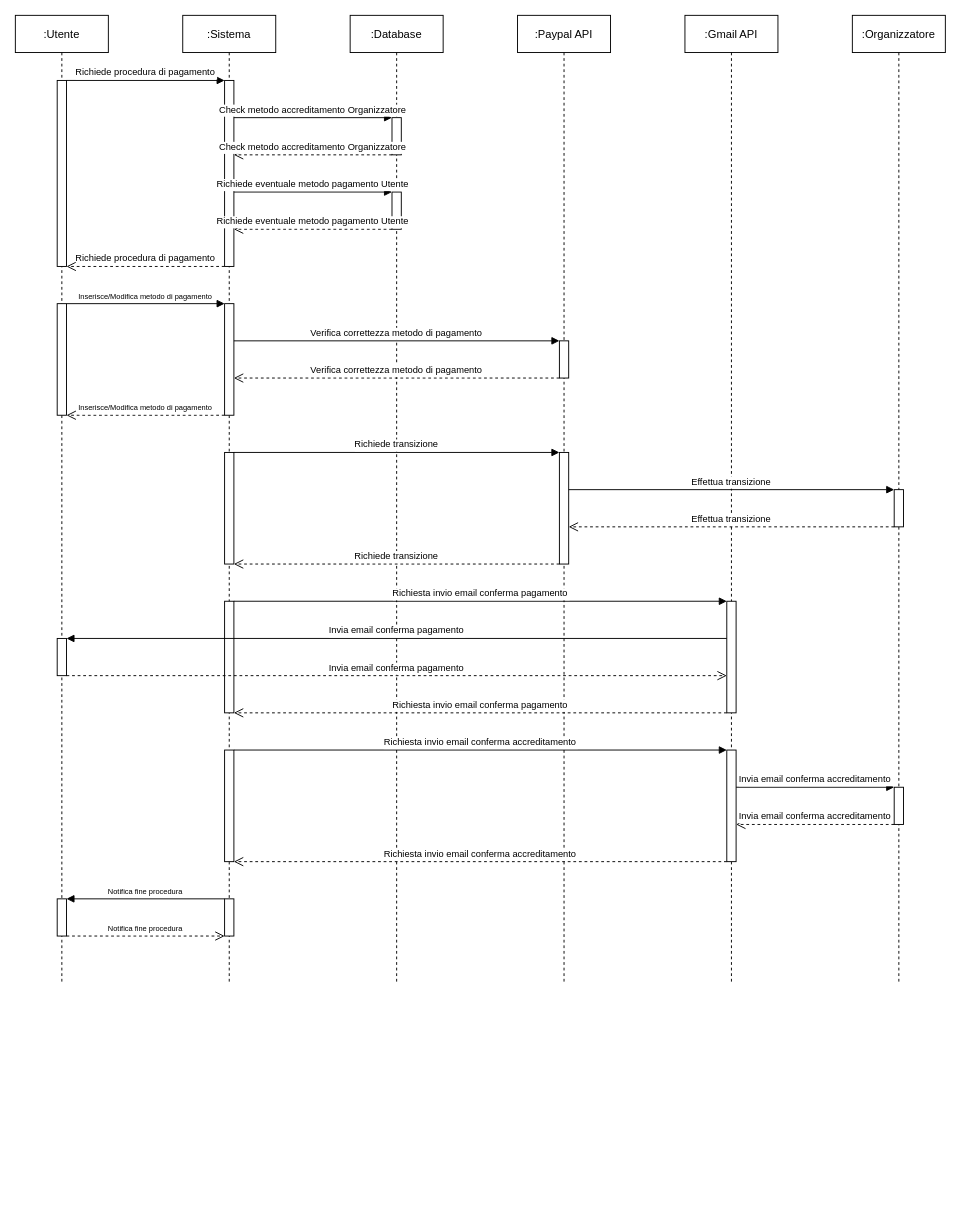
The draw.io diagram Sequence/RF15_Iscrizione/Pagamento.drawio in 4spot-team/documentation, before the edit. Source tidied: cells renumbered, new cells numbered last; positions are measured from the earlier drawing's top-left corner, leaving out a move shared by most shapes. Both pictures are drawn from the tidied source at 93%, with x=0, y=0 at pixel (15, 15).
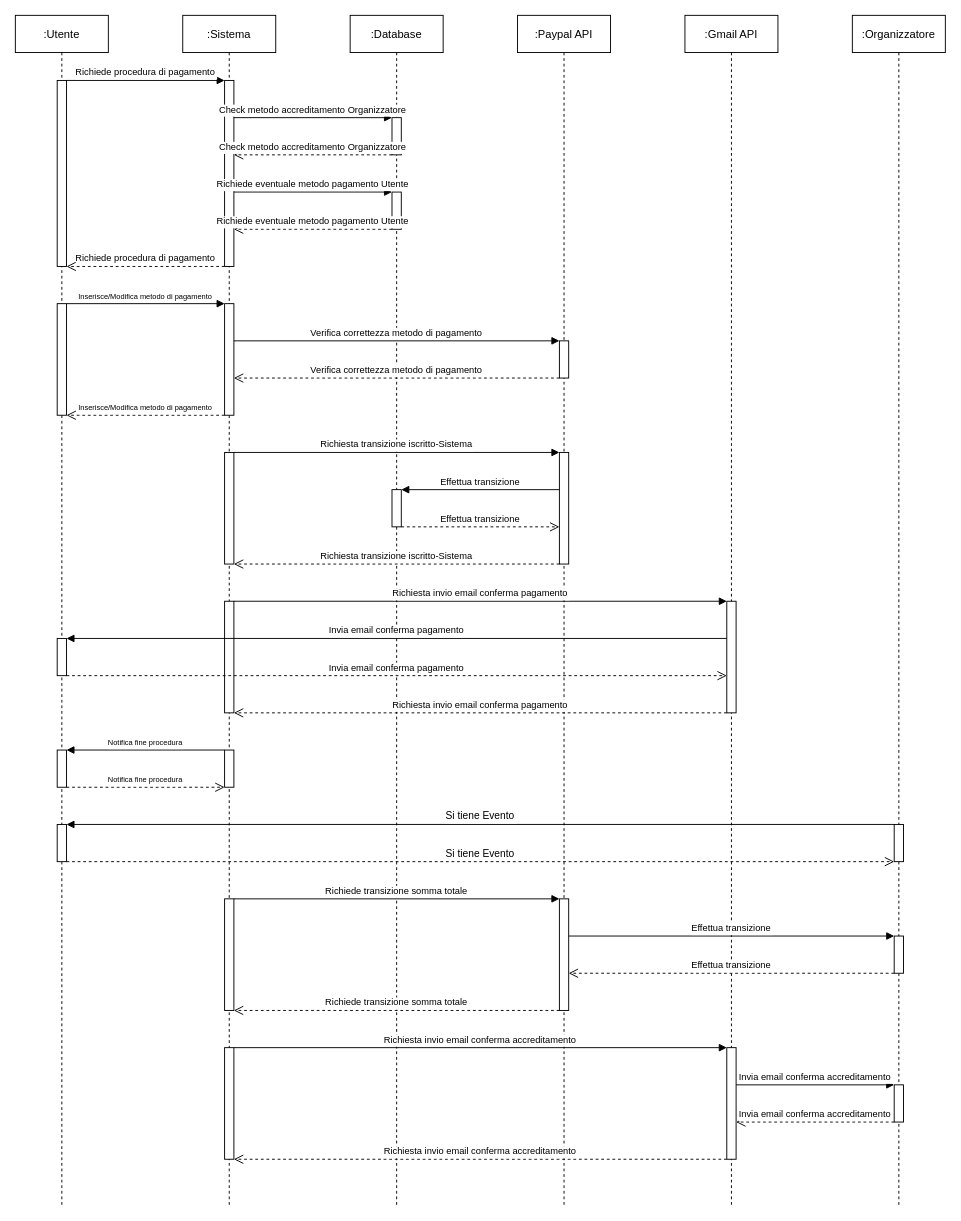
The same diagram, later.

Commit message (it also covers changes not shown here):
Add System IBAN.

Diff of the diagram source:
```diff
@@
     <mxCell id="2" value=":Organizzatore" style="shape=umlLifeline;perimeter=lifelinePerimeter;rounded=0;shadow=0;strokeWidth=1;" parent="1" vertex="1">
-      <mxGeometry x="900" width="100" height="1040" as="geometry" />
+      <mxGeometry x="900" width="100" height="1280" as="geometry" />
     </mxCell>
-    <mxCell id="3" style="perimeter=orthogonalPerimeter;rounded=0;shadow=0;strokeWidth=1;" parent="2" vertex="1">
-      <mxGeometry x="45" y="510" width="10" height="40" as="geometry" />
-    </mxCell>
-    <mxCell id="4" style="perimeter=orthogonalPerimeter;rounded=0;shadow=0;strokeWidth=1;" parent="2" vertex="1">
-      <mxGeometry x="45" y="830" width="10" height="40" as="geometry" />
-    </mxCell>
     <mxCell id="5" value=":Sistema" style="shape=umlLifeline;perimeter=lifelinePerimeter;rounded=0;shadow=0;strokeWidth=1;" parent="1" vertex="1">
-      <mxGeometry x="180" width="100" height="1040" as="geometry" />
+      <mxGeometry x="180" width="100" height="1280" as="geometry" />
     </mxCell>
@@
-    <mxCell id="8" style="perimeter=orthogonalPerimeter;rounded=0;shadow=0;strokeWidth=1;" parent="5" vertex="1">
-      <mxGeometry x="45" y="470" width="10" height="120" as="geometry" />
-    </mxCell>
@@
-    <mxCell id="10" style="perimeter=orthogonalPerimeter;rounded=0;shadow=0;strokeWidth=1;" parent="5" vertex="1">
-      <mxGeometry x="45" y="790" width="10" height="120" as="geometry" />
-    </mxCell>
     <mxCell id="11" style="perimeter=orthogonalPerimeter;rounded=0;shadow=0;strokeWidth=1;" parent="5" vertex="1">
-      <mxGeometry x="45" y="950" width="10" height="40" as="geometry" />
+      <mxGeometry x="45" y="790" width="10" height="40" as="geometry" />
     </mxCell>
     <mxCell id="12" value=":Utente" style="shape=umlLifeline;perimeter=lifelinePerimeter;rounded=0;shadow=0;strokeWidth=1;" parent="1" vertex="1">
-      <mxGeometry width="100" height="1040" as="geometry" />
+      <mxGeometry width="100" height="1280" as="geometry" />
     </mxCell>
@@
     <mxCell id="16" style="perimeter=orthogonalPerimeter;rounded=0;shadow=0;strokeWidth=1;" parent="12" vertex="1">
-      <mxGeometry x="45" y="950" width="10" height="40" as="geometry" />
+      <mxGeometry x="45" y="790" width="10" height="40" as="geometry" />
     </mxCell>
     <mxCell id="17" value=":Paypal API" style="shape=umlLifeline;perimeter=lifelinePerimeter;rounded=0;shadow=0;strokeWidth=1;" parent="1" vertex="1">
-      <mxGeometry x="540" width="100" height="1040" as="geometry" />
+      <mxGeometry x="540" width="100" height="1280" as="geometry" />
     </mxCell>
@@
-    <mxCell id="19" style="perimeter=orthogonalPerimeter;rounded=0;shadow=0;strokeWidth=1;" parent="17" vertex="1">
-      <mxGeometry x="45" y="470" width="10" height="120" as="geometry" />
-    </mxCell>
     <mxCell id="20" value=":Gmail API" style="shape=umlLifeline;perimeter=lifelinePerimeter;rounded=0;shadow=0;strokeWidth=1;" parent="1" vertex="1">
-      <mxGeometry x="720" width="100" height="1040" as="geometry" />
+      <mxGeometry x="720" width="100" height="1280" as="geometry" />
     </mxCell>
@@
-    <mxCell id="22" style="perimeter=orthogonalPerimeter;rounded=0;shadow=0;strokeWidth=1;" parent="20" vertex="1">
-      <mxGeometry x="45" y="790" width="10" height="120" as="geometry" />
-    </mxCell>
+    <mxCell id="50" style="points=[];perimeter=orthogonalPerimeter;rounded=0;shadow=0;strokeWidth=1;" parent="20" vertex="1">
+      <mxGeometry x="-135" y="470" width="10" height="120" as="geometry" />
+    </mxCell>
@@
     <mxCell id="24" value=":Database" style="shape=umlLifeline;perimeter=lifelinePerimeter;rounded=0;shadow=0;strokeWidth=1;" parent="1" vertex="1">
-      <mxGeometry x="360" width="100" height="1040" as="geometry" />
+      <mxGeometry x="360" width="100" height="1280" as="geometry" />
     </mxCell>
@@
-    <mxCell id="36" value="Richiede transizione" style="verticalAlign=bottom;endArrow=block;shadow=0;strokeWidth=1;fontSize=10;" parent="1" edge="1">
-      <mxGeometry relative="1" as="geometry">
-        <mxPoint x="235" y="470" as="sourcePoint" />
-        <mxPoint x="585" y="470" as="targetPoint" />
-      </mxGeometry>
-    </mxCell>
-    <mxCell id="37" value="Richiede transizione" style="verticalAlign=bottom;endArrow=open;dashed=1;endSize=8;shadow=0;strokeWidth=1;fontSize=10;" parent="1" edge="1">
-      <mxGeometry relative="1" as="geometry">
-        <mxPoint x="585" y="590" as="sourcePoint" />
-        <mxPoint x="235" y="590" as="targetPoint" />
-      </mxGeometry>
-    </mxCell>
-    <mxCell id="38" value="Effettua transizione" style="verticalAlign=bottom;endArrow=block;shadow=0;strokeWidth=1;fontSize=10;" parent="1" edge="1">
-      <mxGeometry relative="1" as="geometry">
-        <mxPoint x="595" y="510" as="sourcePoint" />
-        <mxPoint x="945" y="510" as="targetPoint" />
-      </mxGeometry>
-    </mxCell>
-    <mxCell id="39" value="Effettua transizione" style="verticalAlign=bottom;endArrow=open;dashed=1;endSize=8;shadow=0;strokeWidth=1;fontSize=10;" parent="1" edge="1">
-      <mxGeometry relative="1" as="geometry">
-        <mxPoint x="945" y="550" as="sourcePoint" />
-        <mxPoint x="595" y="550" as="targetPoint" />
-      </mxGeometry>
-    </mxCell>
@@
+    <mxCell id="44" value="Richiesta invio email conferma pagamento" style="verticalAlign=bottom;endArrow=block;shadow=0;strokeWidth=1;fontSize=10;" parent="1" edge="1">
+      <mxGeometry relative="1" as="geometry">
+        <mxPoint x="235" y="630" as="sourcePoint" />
+        <mxPoint x="765" y="630" as="targetPoint" />
+      </mxGeometry>
+    </mxCell>
+    <mxCell id="45" value="Richiesta invio email conferma pagamento" style="verticalAlign=bottom;endArrow=open;dashed=1;endSize=8;shadow=0;strokeWidth=1;fontSize=10;" parent="1" edge="1">
+      <mxGeometry relative="1" as="geometry">
+        <mxPoint x="765" y="750" as="sourcePoint" />
+        <mxPoint x="235" y="750" as="targetPoint" />
+      </mxGeometry>
+    </mxCell>
+    <mxCell id="48" value="Notifica fine procedura" style="verticalAlign=bottom;endArrow=block;shadow=0;strokeWidth=1;fontSize=8;" parent="1" edge="1">
+      <mxGeometry relative="1" as="geometry">
+        <mxPoint x="225" y="790" as="sourcePoint" />
+        <mxPoint x="55" y="790" as="targetPoint" />
+      </mxGeometry>
+    </mxCell>
+    <mxCell id="49" value="Notifica fine procedura" style="verticalAlign=bottom;endArrow=open;dashed=1;endSize=8;shadow=0;strokeWidth=1;fontSize=8;" parent="1" edge="1">
+      <mxGeometry relative="1" as="geometry">
+        <mxPoint x="55" y="830" as="sourcePoint" />
+        <mxPoint x="225" y="830" as="targetPoint" />
+      </mxGeometry>
+    </mxCell>
+    <mxCell id="51" style="perimeter=orthogonalPerimeter;rounded=0;shadow=0;strokeWidth=1;" parent="1" vertex="1">
+      <mxGeometry x="945" y="990" width="10" height="40" as="geometry" />
+    </mxCell>
+    <mxCell id="52" style="perimeter=orthogonalPerimeter;rounded=0;shadow=0;strokeWidth=1;" parent="1" vertex="1">
+      <mxGeometry x="225" y="950" width="10" height="120" as="geometry" />
+    </mxCell>
+    <mxCell id="53" style="perimeter=orthogonalPerimeter;rounded=0;shadow=0;strokeWidth=1;" parent="1" vertex="1">
+      <mxGeometry x="585" y="950" width="10" height="120" as="geometry" />
+    </mxCell>
+    <mxCell id="54" value="Richiede transizione somma totale" style="verticalAlign=bottom;endArrow=block;shadow=0;strokeWidth=1;fontSize=10;" parent="1" edge="1">
+      <mxGeometry relative="1" as="geometry">
+        <mxPoint x="235" y="950" as="sourcePoint" />
+        <mxPoint x="585" y="950" as="targetPoint" />
+      </mxGeometry>
+    </mxCell>
+    <mxCell id="55" value="Richiede transizione somma totale" style="verticalAlign=bottom;endArrow=open;dashed=1;endSize=8;shadow=0;strokeWidth=1;fontSize=10;" parent="1" edge="1">
+      <mxGeometry relative="1" as="geometry">
+        <mxPoint x="585" y="1070" as="sourcePoint" />
+        <mxPoint x="235" y="1070" as="targetPoint" />
+      </mxGeometry>
+    </mxCell>
+    <mxCell id="56" value="Effettua transizione" style="verticalAlign=bottom;endArrow=block;shadow=0;strokeWidth=1;fontSize=10;" parent="1" edge="1">
+      <mxGeometry relative="1" as="geometry">
+        <mxPoint x="595" y="990" as="sourcePoint" />
+        <mxPoint x="945" y="990" as="targetPoint" />
+      </mxGeometry>
+    </mxCell>
+    <mxCell id="57" value="Effettua transizione" style="verticalAlign=bottom;endArrow=open;dashed=1;endSize=8;shadow=0;strokeWidth=1;fontSize=10;" parent="1" edge="1">
+      <mxGeometry relative="1" as="geometry">
+        <mxPoint x="945" y="1030" as="sourcePoint" />
+        <mxPoint x="595" y="1030" as="targetPoint" />
+      </mxGeometry>
+    </mxCell>
+    <mxCell id="58" style="perimeter=orthogonalPerimeter;rounded=0;shadow=0;strokeWidth=1;" parent="1" vertex="1">
+      <mxGeometry x="405" y="510" width="10" height="40" as="geometry" />
+    </mxCell>
+    <mxCell id="59" style="perimeter=orthogonalPerimeter;rounded=0;shadow=0;strokeWidth=1;" parent="1" vertex="1">
+      <mxGeometry x="225" y="470" width="10" height="120" as="geometry" />
+    </mxCell>
+    <mxCell id="60" value="Effettua transizione" style="verticalAlign=bottom;endArrow=block;shadow=0;strokeWidth=1;fontSize=10;" parent="1" edge="1">
+      <mxGeometry relative="1" as="geometry">
+        <mxPoint x="585" y="510" as="sourcePoint" />
+        <mxPoint x="415" y="510" as="targetPoint" />
+      </mxGeometry>
+    </mxCell>
+    <mxCell id="61" value="Effettua transizione" style="verticalAlign=bottom;endArrow=open;dashed=1;endSize=8;shadow=0;strokeWidth=1;fontSize=10;" parent="1" edge="1">
+      <mxGeometry relative="1" as="geometry">
+        <mxPoint x="415" y="550" as="sourcePoint" />
+        <mxPoint x="585" y="550" as="targetPoint" />
+      </mxGeometry>
+    </mxCell>
+    <mxCell id="62" value="Richiesta transizione iscritto-Sistema" style="verticalAlign=bottom;endArrow=block;shadow=0;strokeWidth=1;fontSize=10;" parent="1" edge="1" target="50">
+      <mxGeometry relative="1" as="geometry">
+        <mxPoint x="235" y="470" as="sourcePoint" />
+      </mxGeometry>
+    </mxCell>
+    <mxCell id="63" value="Richiesta transizione iscritto-Sistema" style="verticalAlign=bottom;endArrow=open;dashed=1;endSize=8;shadow=0;strokeWidth=1;fontSize=10;" parent="1" edge="1" source="50">
+      <mxGeometry relative="1" as="geometry">
+        <mxPoint x="235" y="590" as="targetPoint" />
+      </mxGeometry>
+    </mxCell>
+    <mxCell id="64" style="points=[];perimeter=orthogonalPerimeter;rounded=0;shadow=0;strokeWidth=1;" parent="1" vertex="1">
+      <mxGeometry x="945" y="870" width="10" height="40" as="geometry" />
+    </mxCell>
+    <mxCell id="65" style="perimeter=orthogonalPerimeter;rounded=0;shadow=0;strokeWidth=1;" parent="1" vertex="1">
+      <mxGeometry x="45" y="870" width="10" height="40" as="geometry" />
+    </mxCell>
+    <mxCell id="66" value="Si tiene Evento" style="verticalAlign=bottom;endArrow=block;shadow=0;strokeWidth=1;fontSize=11;" parent="1" edge="1" source="64">
+      <mxGeometry relative="1" as="geometry">
+        <mxPoint x="55" y="870" as="targetPoint" />
+      </mxGeometry>
+    </mxCell>
+    <mxCell id="67" value="Si tiene Evento" style="verticalAlign=bottom;endArrow=open;dashed=1;endSize=8;shadow=0;strokeWidth=1;fontSize=11;" parent="1" edge="1" target="64">
+      <mxGeometry relative="1" as="geometry">
+        <mxPoint x="55" y="910" as="sourcePoint" />
+      </mxGeometry>
+    </mxCell>
+    <mxCell id="68" style="perimeter=orthogonalPerimeter;rounded=0;shadow=0;strokeWidth=1;" parent="1" vertex="1">
+      <mxGeometry x="945" y="1150" width="10" height="40" as="geometry" />
+    </mxCell>
+    <mxCell id="69" style="perimeter=orthogonalPerimeter;rounded=0;shadow=0;strokeWidth=1;" parent="1" vertex="1">
+      <mxGeometry x="225" y="1110" width="10" height="120" as="geometry" />
+    </mxCell>
+    <mxCell id="70" style="perimeter=orthogonalPerimeter;rounded=0;shadow=0;strokeWidth=1;" parent="1" vertex="1">
+      <mxGeometry x="765" y="1110" width="10" height="120" as="geometry" />
+    </mxCell>
     <mxCell id="42" value="Invia email conferma accreditamento" style="verticalAlign=bottom;endArrow=block;shadow=0;strokeWidth=1;fontSize=10;" parent="1" edge="1">
       <mxGeometry relative="1" as="geometry">
-        <mxPoint x="775" y="830" as="sourcePoint" />
-        <mxPoint x="945" y="830" as="targetPoint" />
+        <mxPoint x="775" y="1150" as="sourcePoint" />
+        <mxPoint x="945" y="1150" as="targetPoint" />
       </mxGeometry>
     </mxCell>
     <mxCell id="43" value="Invia email conferma accreditamento" style="verticalAlign=bottom;endArrow=open;dashed=1;endSize=8;shadow=0;strokeWidth=1;fontSize=10;" parent="1" edge="1">
       <mxGeometry relative="1" as="geometry">
-        <mxPoint x="945" y="870" as="sourcePoint" />
-        <mxPoint x="775" y="870" as="targetPoint" />
+        <mxPoint x="945" y="1190" as="sourcePoint" />
+        <mxPoint x="775" y="1190" as="targetPoint" />
       </mxGeometry>
     </mxCell>
-    <mxCell id="44" value="Richiesta invio email conferma pagamento" style="verticalAlign=bottom;endArrow=block;shadow=0;strokeWidth=1;fontSize=10;" parent="1" edge="1">
-      <mxGeometry relative="1" as="geometry">
-        <mxPoint x="235" y="630" as="sourcePoint" />
-        <mxPoint x="765" y="630" as="targetPoint" />
-      </mxGeometry>
-    </mxCell>
-    <mxCell id="45" value="Richiesta invio email conferma pagamento" style="verticalAlign=bottom;endArrow=open;dashed=1;endSize=8;shadow=0;strokeWidth=1;fontSize=10;" parent="1" edge="1">
-      <mxGeometry relative="1" as="geometry">
-        <mxPoint x="765" y="750" as="sourcePoint" />
-        <mxPoint x="235" y="750" as="targetPoint" />
-      </mxGeometry>
-    </mxCell>
     <mxCell id="46" value="Richiesta invio email conferma accreditamento" style="verticalAlign=bottom;endArrow=block;shadow=0;strokeWidth=1;fontSize=10;" parent="1" edge="1">
       <mxGeometry relative="1" as="geometry">
-        <mxPoint x="235" y="790" as="sourcePoint" />
-        <mxPoint x="765" y="790" as="targetPoint" />
+        <mxPoint x="235" y="1110" as="sourcePoint" />
+        <mxPoint x="765" y="1110" as="targetPoint" />
       </mxGeometry>
     </mxCell>
     <mxCell id="47" value="Richiesta invio email conferma accreditamento" style="verticalAlign=bottom;endArrow=open;dashed=1;endSize=8;shadow=0;strokeWidth=1;fontSize=10;" parent="1" edge="1">
       <mxGeometry relative="1" as="geometry">
-        <mxPoint x="765" y="910" as="sourcePoint" />
-        <mxPoint x="235" y="910" as="targetPoint" />
+        <mxPoint x="765" y="1230" as="sourcePoint" />
+        <mxPoint x="235" y="1230" as="targetPoint" />
       </mxGeometry>
     </mxCell>
-    <mxCell id="48" value="Notifica fine procedura" style="verticalAlign=bottom;endArrow=block;shadow=0;strokeWidth=1;fontSize=8;" parent="1" edge="1">
-      <mxGeometry relative="1" as="geometry">
-        <mxPoint x="225" y="950" as="sourcePoint" />
-        <mxPoint x="55" y="950" as="targetPoint" />
-      </mxGeometry>
-    </mxCell>
-    <mxCell id="49" value="Notifica fine procedura" style="verticalAlign=bottom;endArrow=open;dashed=1;endSize=8;shadow=0;strokeWidth=1;fontSize=8;" parent="1" edge="1">
-      <mxGeometry relative="1" as="geometry">
-        <mxPoint x="55" y="990" as="sourcePoint" />
-        <mxPoint x="225" y="990" as="targetPoint" />
-      </mxGeometry>
-    </mxCell>
```
